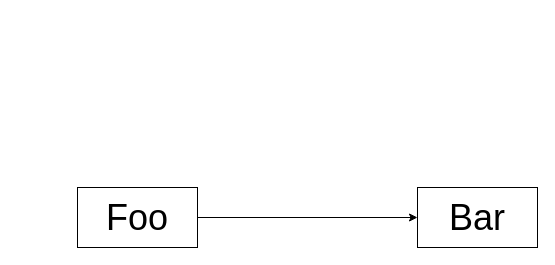
Before: diagrams/test-diagram.drawio in ahmedrage/draw-io-diff, a draw.io diagram. Source tidied: cells renumbered, new cells numbered last; positions are measured from the earlier drawing's top-left corner, leaving out a move shared by most shapes. Both pictures are drawn from the tidied source at 100%, with x=0, y=0 at pixel (77, 187).
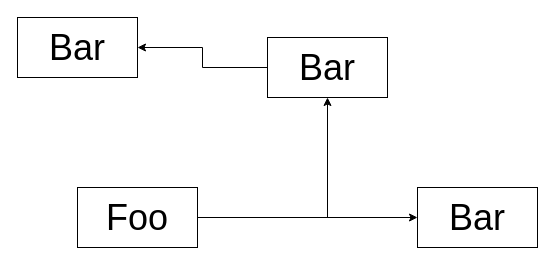
The same page after the edit.

The edit, as a diff of the source:
```diff
@@
 <mxGraphModel>
   <root>
     <mxCell id="0" />
     <mxCell id="1" parent="0" />
     <mxCell id="2" style="edgeStyle=orthogonalEdgeStyle;rounded=0;jettySize=auto;html=1;entryX=0;entryY=0.5;entryDx=0;entryDy=0;" parent="1" edge="1" source="3" target="4">
       <mxGeometry relative="1" as="geometry" />
     </mxCell>
+    <mxCell id="5" style="edgeStyle=orthogonalEdgeStyle;rounded=0;jettySize=auto;html=1;entryX=0.5;entryY=1;entryDx=0;entryDy=0;" parent="1" edge="1" source="3" target="7">
+      <mxGeometry relative="1" as="geometry" />
+    </mxCell>
     <mxCell id="3" value="&lt;font style=&quot;font-size: 36px;&quot;&gt;Foo&lt;/font&gt;" style="rounded=0;whiteSpace=wrap;html=1;" parent="1" vertex="1">
       <mxGeometry width="120" height="60" as="geometry" />
     </mxCell>
     <mxCell id="4" value="&lt;font style=&quot;font-size: 36px;&quot;&gt;Bar&lt;/font&gt;" style="rounded=0;whiteSpace=wrap;html=1;" parent="1" vertex="1">
       <mxGeometry x="340" width="120" height="60" as="geometry" />
     </mxCell>
+    <mxCell id="6" style="edgeStyle=orthogonalEdgeStyle;rounded=0;jettySize=auto;html=1;" parent="1" edge="1" source="7" target="8">
+      <mxGeometry relative="1" as="geometry" />
+    </mxCell>
+    <mxCell id="7" value="&lt;font style=&quot;font-size: 36px;&quot;&gt;Bar&lt;/font&gt;" style="rounded=0;whiteSpace=wrap;html=1;" parent="1" vertex="1">
+      <mxGeometry x="190" y="-150" width="120" height="60" as="geometry" />
+    </mxCell>
+    <mxCell id="8" value="&lt;font style=&quot;font-size: 36px;&quot;&gt;Bar&lt;/font&gt;" style="rounded=0;whiteSpace=wrap;html=1;" parent="1" vertex="1">
+      <mxGeometry x="-60" y="-170" width="120" height="60" as="geometry" />
+    </mxCell>
   </root>
 </mxGraphModel>
```
